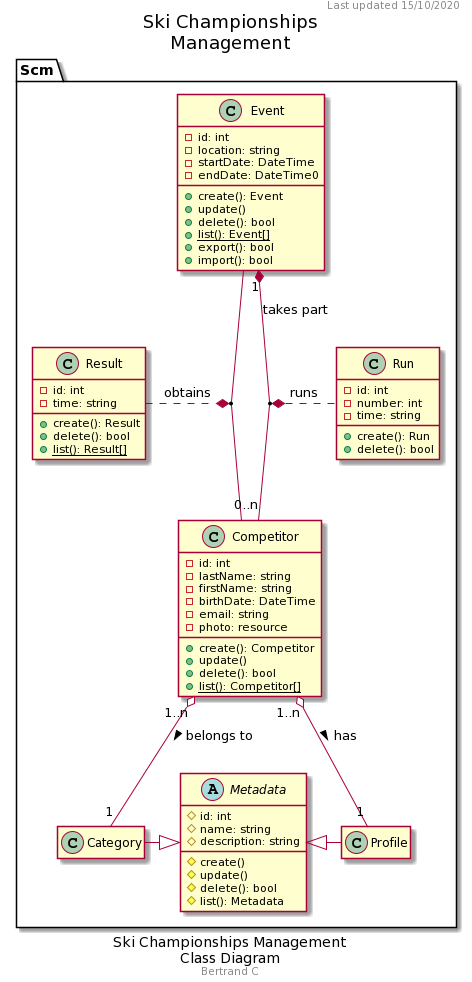
Earlier version of the PlantUML export docs/diagrams/out/Ski Championship Management/Ski Championships Management Class Diagram.png (bcheronn/ski-championships-management).
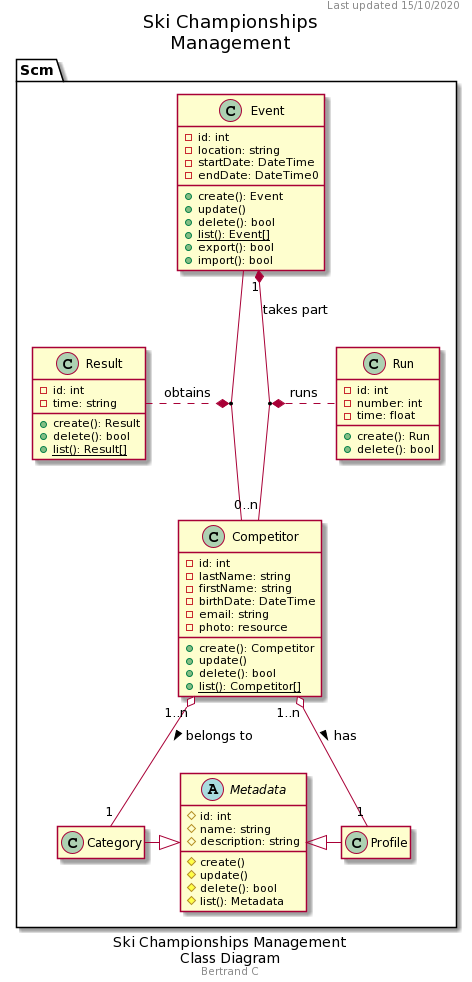
Later version of the same file.

Commit message:
New diagram generated

Change to the diagram source:
```diff
@@ -39,7 +39,7 @@
     {
         -id: int
         -number: int
-        -time: string
+        -time: float
         +create(): Run
         +delete(): bool
     }
```
